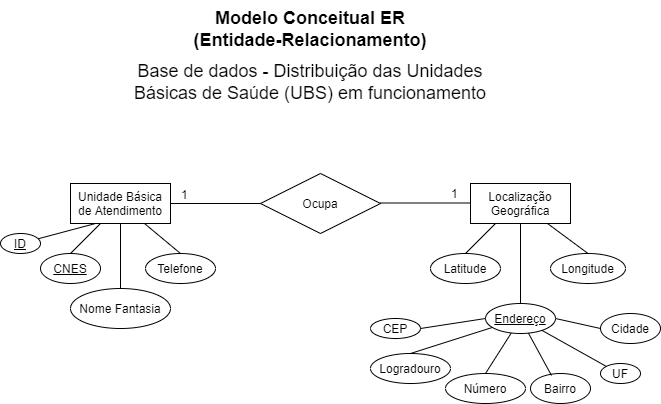
Before: lab01/images/ModeloConceitual_UBS.png, a diagram exported from draw.io (MylenaRoberta/MC536-Labs). Source tidied: cells renumbered, new cells last; positions are measured from the earlier drawing's top-left corner, leaving out a move shared by most shapes.
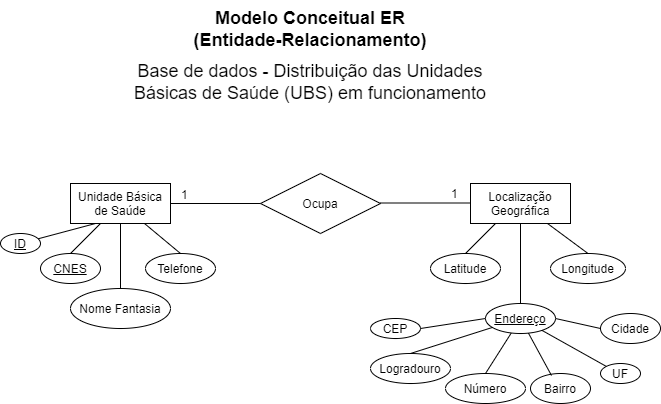
After the commit.

Commit message:
Correção da Tarefa 2 do lab01

The edit, as a diff of the source:
```diff
@@ -2,7 +2,7 @@
   <root>
     <mxCell id="0" />
     <mxCell id="1" parent="0" />
-    <mxCell id="2" value="Unidade Básica de Atendimento" style="whiteSpace=wrap;html=1;align=center;" parent="1" vertex="1">
+    <mxCell id="2" value="Unidade Básica de Saúde" style="whiteSpace=wrap;html=1;align=center;" parent="1" vertex="1">
       <mxGeometry x="70" y="183" width="100" height="40" as="geometry" />
     </mxCell>
     <mxCell id="3" value="CNES" style="ellipse;whiteSpace=wrap;html=1;align=center;fontStyle=4;" parent="1" vertex="1">
```
